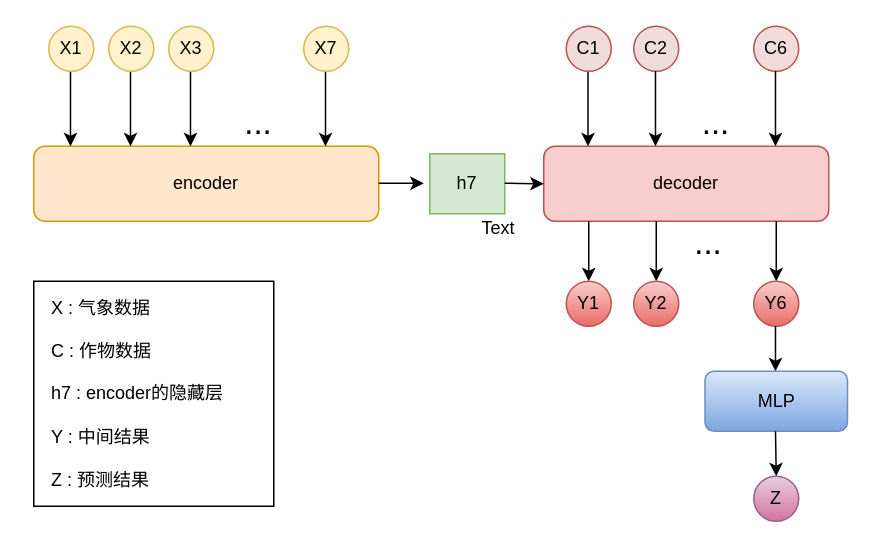
Kakoyi945/cloud keeps this draw.io diagram as 毕设-后端算法框架.drawio. Above is the earlier version. Source tidied: cells renumbered, new cells numbered last; positions are measured from the earlier drawing's top-left corner, leaving out a move shared by most shapes. Both pictures are drawn from the tidied source at 150%, with x=0, y=0 at pixel (26, 26).
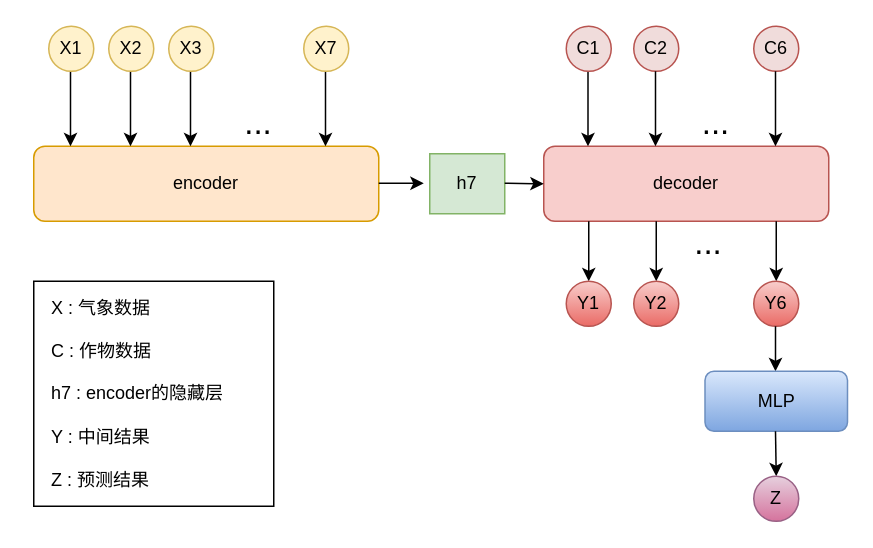
Above is the later version.

Commit message:
更新毕设-后端算法框架.drawio

What changed in the source:
```diff
@@
-    <mxCell id="46" value="Text" style="text;html=1;align=center;verticalAlign=middle;whiteSpace=wrap;rounded=0;" parent="1" vertex="1">
-      <mxGeometry x="285" y="120" width="60" height="30" as="geometry" />
-    </mxCell>
```
